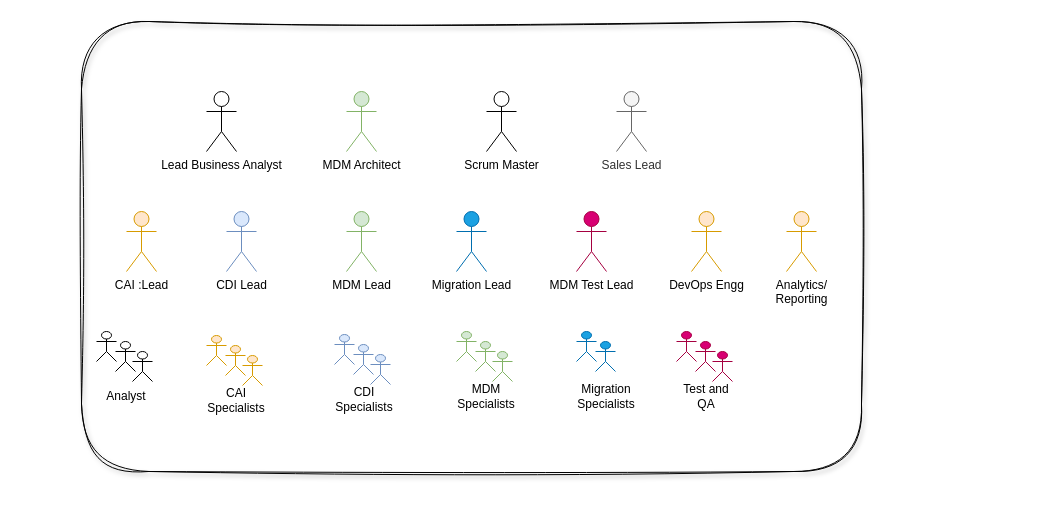
Earlier version of the draw.io diagram page "MDM Guild Delivery" (1 of 4) of Deloitte-Guild-Proposal.drawio (biswarup81/drawings). Source tidied: cells renumbered, new cells numbered last; positions are measured from the earlier drawing's top-left corner, leaving out a move shared by most shapes. Both pictures are drawn from the tidied source at 100%, with x=0, y=0 at pixel (81, 21).
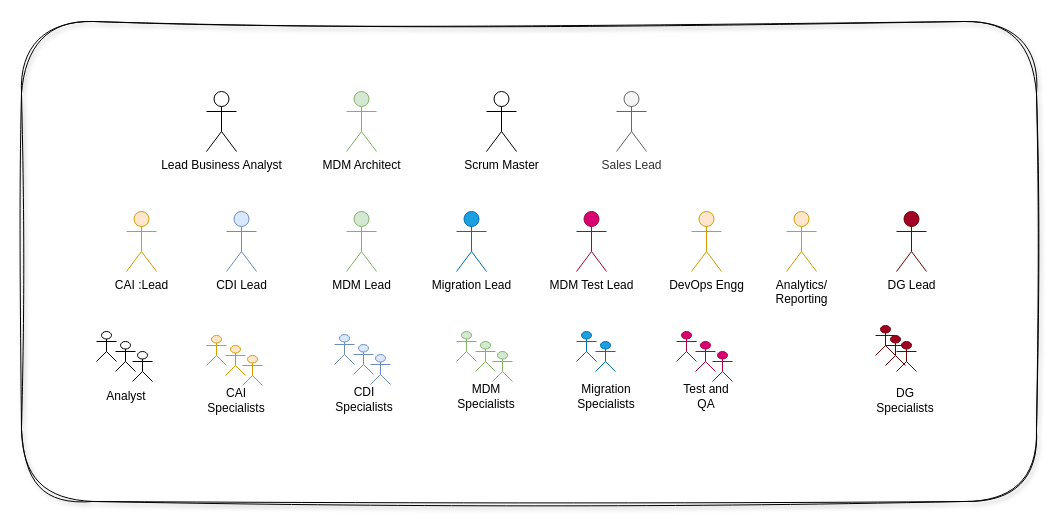
After the change.

The edit, as a diff of the source:
```diff
@@
     <mxCell id="45" style="rounded=1;whiteSpace=wrap;html=1;fillColor=none;sketch=1;curveFitting=1;jiggle=2;shadow=1;glass=1;" parent="1" vertex="1">
-      <mxGeometry width="780" height="450" as="geometry" />
+      <mxGeometry x="-60" width="1015" height="480" as="geometry" />
     </mxCell>
@@
+    <mxCell id="49" value="&lt;font color=&quot;#000000&quot;&gt;DG Lead&lt;/font&gt;" style="shape=umlActor;verticalLabelPosition=bottom;verticalAlign=top;html=1;fillColor=#a20025;strokeColor=#6F0000;fontColor=#ffffff;" parent="1" vertex="1">
+      <mxGeometry x="815" y="190" width="30" height="60" as="geometry" />
+    </mxCell>
+    <mxCell id="50" style="shape=umlActor;verticalLabelPosition=bottom;verticalAlign=top;html=1;fillColor=#a20025;strokeColor=#6F0000;fontColor=#ffffff;" parent="1" vertex="1">
+      <mxGeometry x="794" y="304" width="20" height="30" as="geometry" />
+    </mxCell>
+    <mxCell id="51" style="shape=umlActor;verticalLabelPosition=bottom;verticalAlign=top;html=1;fillColor=#a20025;strokeColor=#6F0000;fontColor=#ffffff;" parent="1" vertex="1">
+      <mxGeometry x="804" y="314" width="20" height="30" as="geometry" />
+    </mxCell>
+    <mxCell id="52" style="shape=umlActor;verticalLabelPosition=bottom;verticalAlign=top;html=1;fillColor=#a20025;strokeColor=#6F0000;fontColor=#ffffff;" parent="1" vertex="1">
+      <mxGeometry x="815" y="320" width="20" height="30" as="geometry" />
+    </mxCell>
+    <mxCell id="53" value="DG Specialists" style="text;html=1;strokeColor=none;fillColor=none;align=center;verticalAlign=middle;whiteSpace=wrap;rounded=0;" parent="1" vertex="1">
+      <mxGeometry x="794" y="364" width="60" height="30" as="geometry" />
+    </mxCell>
```
